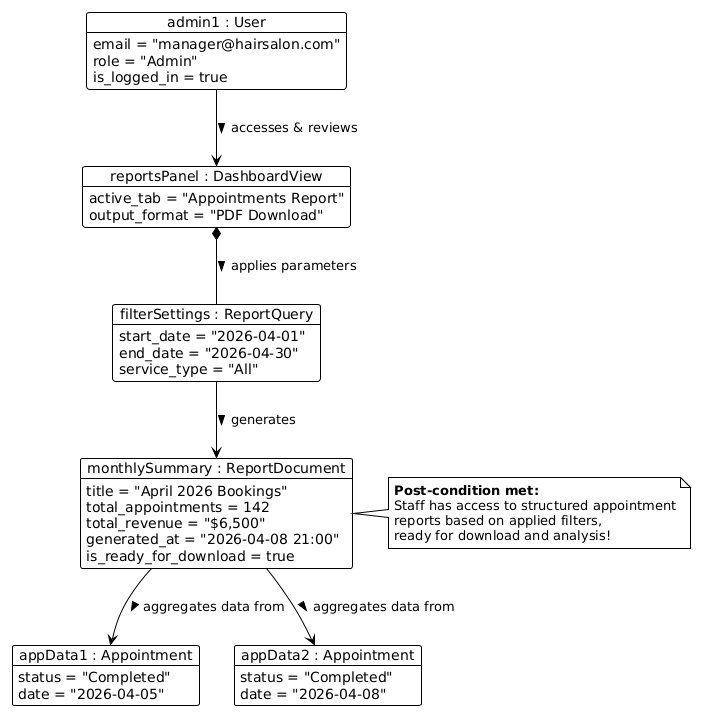
This is View_Appointment_Reports_Object_Diagram.png from mahxri/COMP2171-Hair-Booking, a PlantUML export, as it was before one commit. The source it was exported from:
```plantuml
@startuml
!theme plain

object "admin1 : User" as admin {
  email = "manager@hairsalon.com"
  role = "Admin"
  is_logged_in = true
}

object "reportsPanel : DashboardView" as panel {
  active_tab = "Appointments Report"
  output_format = "PDF Download"
}

object "filterSettings : ReportQuery" as query {
  start_date = "2026-04-01"
  end_date = "2026-04-30"
  service_type = "All"
}

object "appData1 : Appointment" as app1 {
  status = "Completed"
  date = "2026-04-05"
}

object "appData2 : Appointment" as app2 {
  status = "Completed"
  date = "2026-04-08"
}

object "monthlySummary : ReportDocument" as report {
  title = "April 2026 Bookings"
  total_appointments = 142
  total_revenue = "$6,500"
  generated_at = "2026-04-08 21:00"
  is_ready_for_download = true
}

admin --> panel : " accesses & reviews >"
panel *-- query : " applies parameters >"
query --> report : " generates >"
report --> app1 : " aggregates data from >"
report --> app2 : " aggregates data from >"

note right of report
  **Post-condition met:**
  Staff has access to structured appointment
  reports based on applied filters,
  ready for download and analysis!
end note
@enduml
```
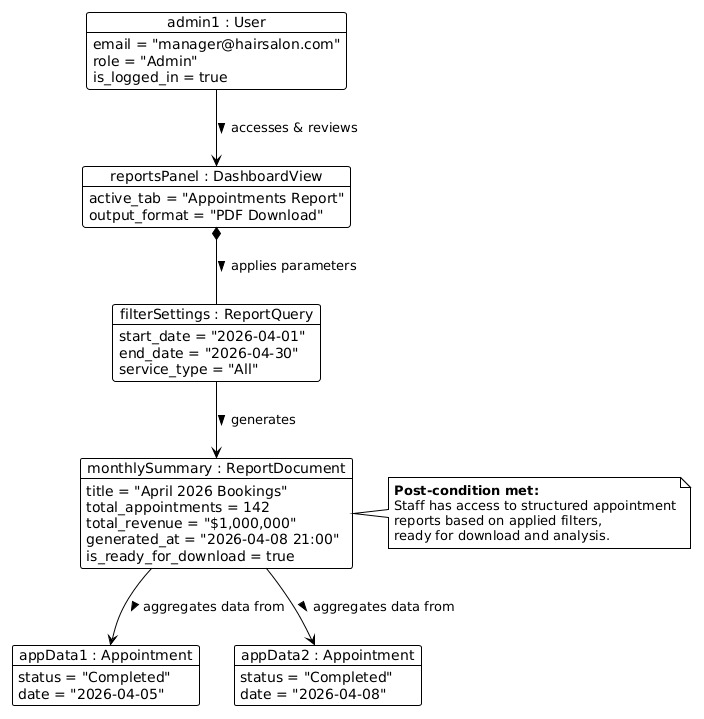
After the change.

Change to the diagram source:
```diff
@@ -31,7 +31,7 @@
 object "monthlySummary : ReportDocument" as report {
   title = "April 2026 Bookings"
   total_appointments = 142
-  total_revenue = "$6,500"
+  total_revenue = "$1,000,000"
   generated_at = "2026-04-08 21:00"
   is_ready_for_download = true
 }
@@ -46,6 +46,6 @@
   **Post-condition met:**
   Staff has access to structured appointment
   reports based on applied filters,
-  ready for download and analysis!
+  ready for download and analysis.
 end note
 @enduml
```
